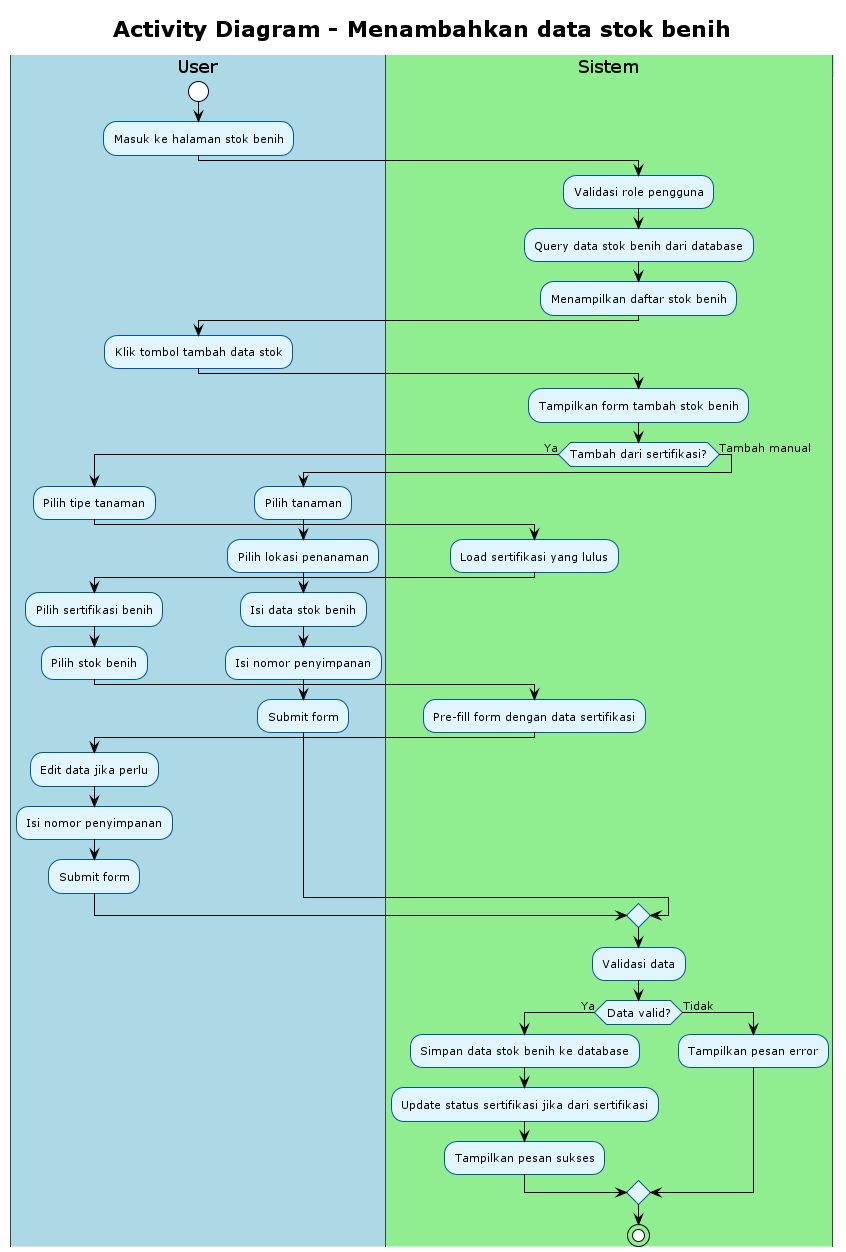
Rifkiwastaken/example-app keeps this PlantUML diagram as out/uml/activity/Activity new/14_tambah_data_stok_benih/14_tambah_data_stok_benih.png. Above is the earlier version.
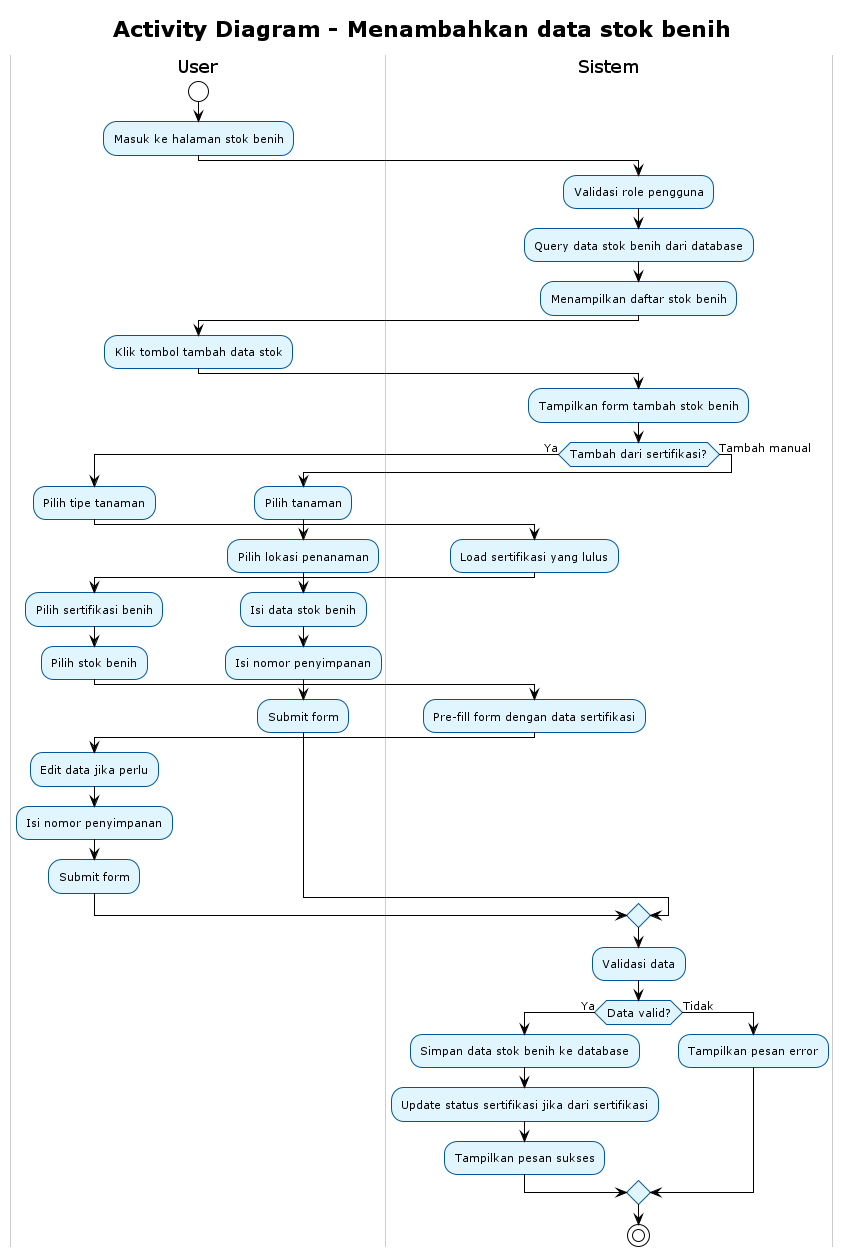
The same file after the commit.

Diff of the diagram source:
```diff
@@ -1,50 +1,51 @@
 @startuml
 !theme plain
+skinparam backgroundColor white
 skinparam activity {
     BackgroundColor #E1F5FE
     BorderColor #01579B
     FontSize 11
 }
 skinparam swimlane {
-    BackgroundColor #F5F5F5
-    BorderColor #424242
-    TitleBackgroundColor #BBDEFB
-    TitleBorderColor #1976D2
+    BackgroundColor White
+    BorderColor #CCCCCC
+    TitleBackgroundColor White
+    TitleBorderColor #999999
 }
 
 title Activity Diagram - Menambahkan data stok benih
 
-|#LightBlue|User|
+|#White|User|
 start
 :Masuk ke halaman stok benih;
 
-|#LightGreen|Sistem|
+|#White|Sistem|
 :Validasi role pengguna;
 :Query data stok benih dari database;
 :Menampilkan daftar stok benih;
 
-|#LightBlue|User|
+|#White|User|
 :Klik tombol tambah data stok;
 
-|#LightGreen|Sistem|
+|#White|Sistem|
 :Tampilkan form tambah stok benih;
 
 if (Tambah dari sertifikasi?) then (Ya)
-    |#LightBlue|User|
+    |#White|User|
     :Pilih tipe tanaman;
-    |#LightGreen|Sistem|
+    |#White|Sistem|
     :Load sertifikasi yang lulus;
-    |#LightBlue|User|
+    |#White|User|
     :Pilih sertifikasi benih;
     :Pilih stok benih;
-    |#LightGreen|Sistem|
+    |#White|Sistem|
     :Pre-fill form dengan data sertifikasi;
-    |#LightBlue|User|
+    |#White|User|
     :Edit data jika perlu;
     :Isi nomor penyimpanan;
     :Submit form;
 else (Tambah manual)
-    |#LightBlue|User|
+    |#White|User|
     :Pilih tanaman;
     :Pilih lokasi penanaman;
     :Isi data stok benih;
@@ -52,7 +53,7 @@
     :Submit form;
 endif
 
-|#LightGreen|Sistem|
+|#White|Sistem|
 :Validasi data;
 if (Data valid?) then (Ya)
     :Simpan data stok benih ke database;
```
